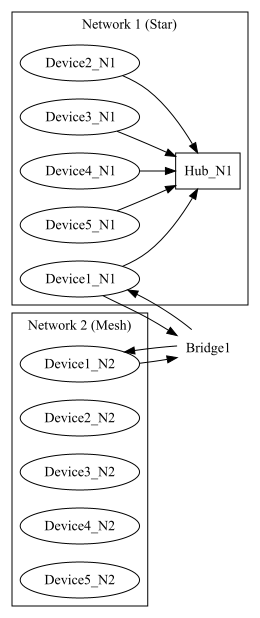
The Graphviz diagram topology.png in ByteCodeSculptor/Network_Simulation_CN, before a commit. Its source is kept beside it as topology.dot.
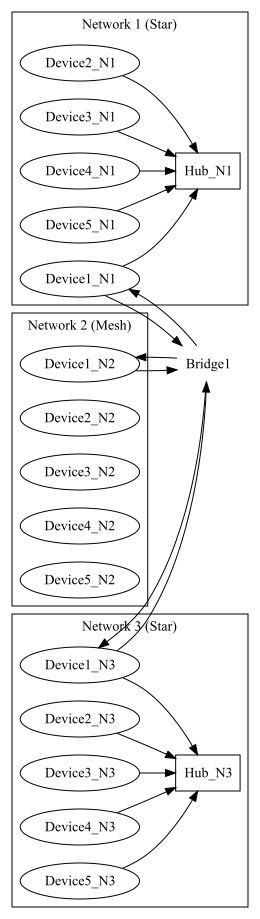
Later version of the same file.

Change to the diagram source:
```diff
@@ -22,9 +22,25 @@
     "Device4_N2";
     "Device5_N2";
   }
+  subgraph cluster_N3 {
+    label="Network 3 (Star)";
+    "Device1_N3";
+    "Device2_N3";
+    "Device3_N3";
+    "Device4_N3";
+    "Device5_N3";
+    "Hub_N3" [shape=box];
+    "Device1_N3" -> "Hub_N3";
+    "Device2_N3" -> "Hub_N3";
+    "Device3_N3" -> "Hub_N3";
+    "Device4_N3" -> "Hub_N3";
+    "Device5_N3" -> "Hub_N3";
+  }
   "Bridge1" [shape=box, style=filled, color=grey];
   "Bridge1" -> "Device1_N1";
   "Device1_N1" -> "Bridge1";
   "Bridge1" -> "Device1_N2";
   "Device1_N2" -> "Bridge1";
+  "Bridge1" -> "Device1_N3";
+  "Device1_N3" -> "Bridge1";
 }
```
